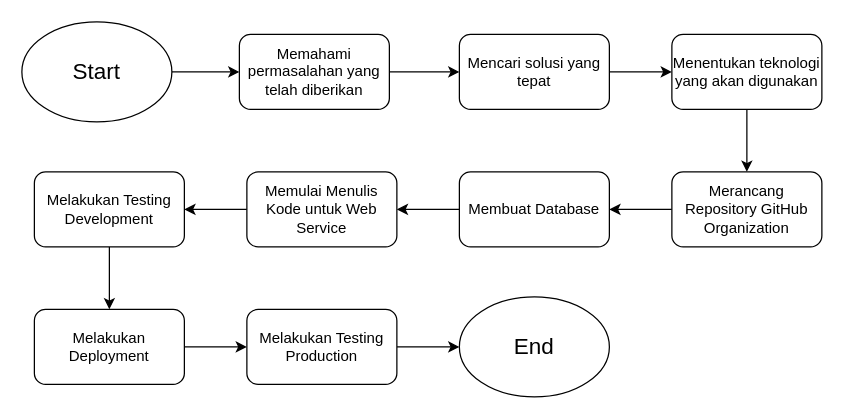
The draw.io diagram Alur Perencanaan Solusi.drawio in postmaulone/Laporan-KP, before the edit. Source tidied: cells renumbered, new cells numbered last; positions are measured from the earlier drawing's top-left corner, leaving out a move shared by most shapes. Both pictures are drawn from the tidied source at 125%, with x=0, y=0 at pixel (21, 21).
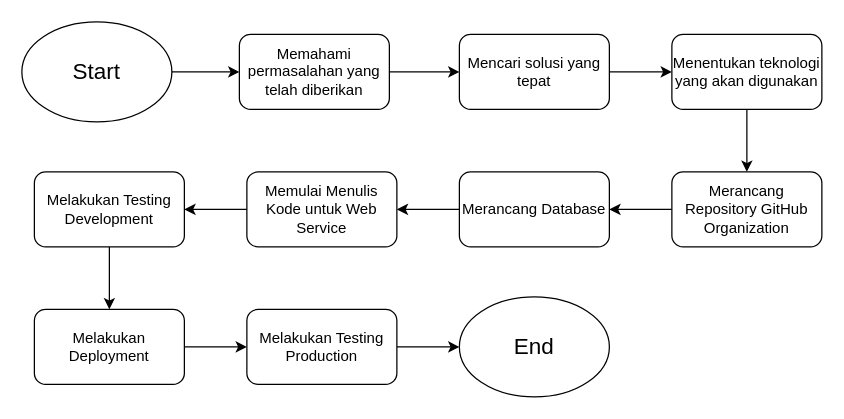
After the change.

Diff of the diagram source:
```diff
@@
-    <mxCell id="13" value="Membuat Database" style="rounded=1;whiteSpace=wrap;html=1;" parent="1" vertex="1">
+    <mxCell id="13" value="Merancang Database" style="rounded=1;whiteSpace=wrap;html=1;" parent="1" vertex="1">
       <mxGeometry x="350" y="120" width="120" height="60" as="geometry" />
     </mxCell>
```
